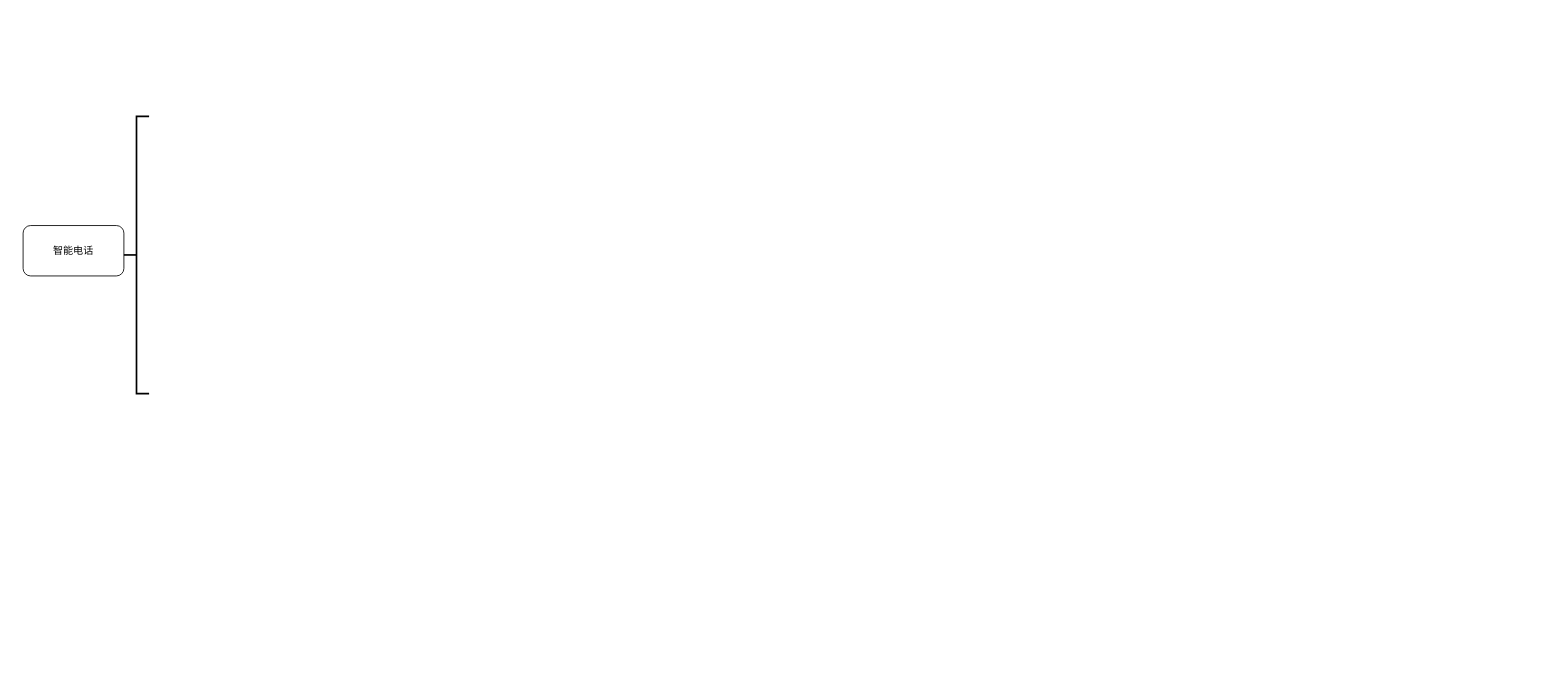
This is xzzh/电话通话流程.drawio from daniel-7d/draw, a draw.io file, before an edit. Source tidied: cells renumbered, new cells numbered last; positions are measured from the earlier drawing's top-left corner, leaving out a move shared by most shapes. Both pictures are drawn from the tidied source at 84%, with x=0, y=0 at pixel (23, 116).
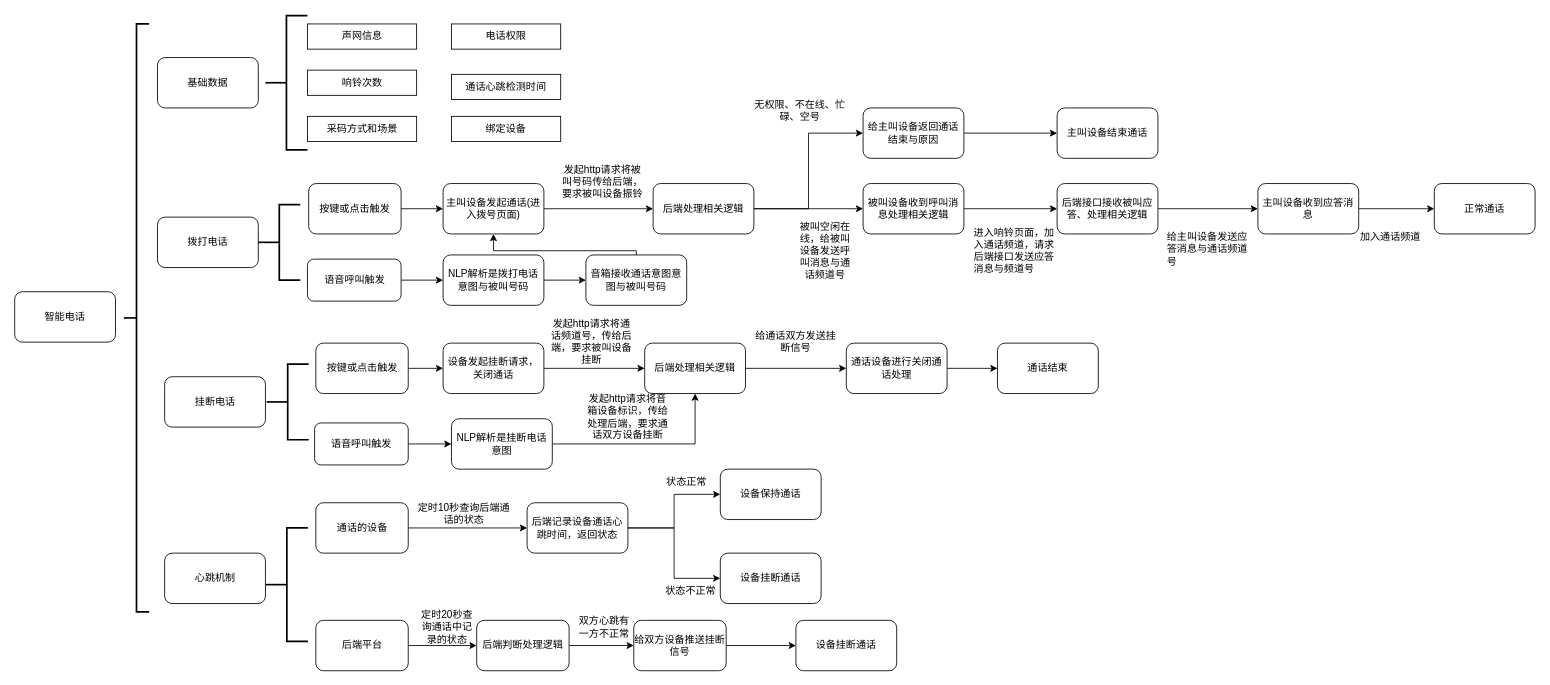
The same diagram, later.

Commit message:
更新电话通话流程.drawio

Change to the diagram source:
```diff
@@
     <mxCell id="2" value="智能电话" style="rounded=1;whiteSpace=wrap;html=1;" parent="1" vertex="1">
-      <mxGeometry y="130" width="120" height="60" as="geometry" />
+      <mxGeometry x="-10" y="208.8" width="120" height="60" as="geometry" />
     </mxCell>
     <mxCell id="3" style="strokeWidth=2;html=1;shape=mxgraph.flowchart.annotation_2;align=left;labelPosition=right;" parent="1" vertex="1">
-      <mxGeometry x="120" width="30" height="330" as="geometry" />
+      <mxGeometry x="120" y="-110" width="30" height="700" as="geometry" />
     </mxCell>
+    <mxCell id="4" value="基础数据" style="rounded=1;whiteSpace=wrap;html=1;" parent="1" vertex="1">
+      <mxGeometry x="160" y="-70" width="120" height="60" as="geometry" />
+    </mxCell>
+    <mxCell id="5" style="strokeWidth=2;html=1;shape=mxgraph.flowchart.annotation_2;align=left;labelPosition=right;" parent="1" vertex="1">
+      <mxGeometry x="288.5" y="-120" width="50" height="160" as="geometry" />
+    </mxCell>
+    <mxCell id="6" value="声网信息" style="rounded=0;whiteSpace=wrap;html=1;" parent="1" vertex="1">
+      <mxGeometry x="338.5" y="-110" width="130" height="30" as="geometry" />
+    </mxCell>
+    <mxCell id="7" value="电话权限" style="rounded=0;whiteSpace=wrap;html=1;" parent="1" vertex="1">
+      <mxGeometry x="510" y="-110" width="130" height="30" as="geometry" />
+    </mxCell>
+    <mxCell id="8" value="响铃次数" style="rounded=0;whiteSpace=wrap;html=1;" parent="1" vertex="1">
+      <mxGeometry x="338.5" y="-55" width="130" height="30" as="geometry" />
+    </mxCell>
+    <mxCell id="9" value="通话心跳检测时间" style="rounded=0;whiteSpace=wrap;html=1;" parent="1" vertex="1">
+      <mxGeometry x="510" y="-50" width="130" height="30" as="geometry" />
+    </mxCell>
+    <mxCell id="10" value="采码方式和场景" style="rounded=0;whiteSpace=wrap;html=1;" parent="1" vertex="1">
+      <mxGeometry x="338.5" width="130" height="30" as="geometry" />
+    </mxCell>
+    <mxCell id="11" value="绑定设备" style="rounded=0;whiteSpace=wrap;html=1;" parent="1" vertex="1">
+      <mxGeometry x="510" width="130" height="30" as="geometry" />
+    </mxCell>
+    <mxCell id="12" value="拨打电话" style="rounded=1;whiteSpace=wrap;html=1;" parent="1" vertex="1">
+      <mxGeometry x="160" y="120" width="120" height="60" as="geometry" />
+    </mxCell>
+    <mxCell id="13" style="strokeWidth=2;html=1;shape=mxgraph.flowchart.annotation_2;align=left;labelPosition=right;" parent="1" vertex="1">
+      <mxGeometry x="280" y="105" width="50" height="90" as="geometry" />
+    </mxCell>
+    <mxCell id="14" style="edgeStyle=orthogonalEdgeStyle;rounded=0;jettySize=auto;html=1;exitX=1;exitY=0.5;exitDx=0;exitDy=0;entryX=0;entryY=0.5;entryDx=0;entryDy=0;" parent="1" edge="1" source="15" target="19">
+      <mxGeometry relative="1" as="geometry" />
+    </mxCell>
+    <mxCell id="15" value="按键或点击触发" style="rounded=1;whiteSpace=wrap;html=1;" parent="1" vertex="1">
+      <mxGeometry x="340" y="80" width="110" height="60" as="geometry" />
+    </mxCell>
+    <mxCell id="16" style="edgeStyle=orthogonalEdgeStyle;rounded=0;jettySize=auto;html=1;exitX=1;exitY=0.5;exitDx=0;exitDy=0;" parent="1" edge="1" source="17">
+      <mxGeometry relative="1" as="geometry">
+        <mxPoint x="500" y="195" as="targetPoint" />
+      </mxGeometry>
+    </mxCell>
+    <mxCell id="17" value="语音呼叫触发" style="rounded=1;whiteSpace=wrap;html=1;" parent="1" vertex="1">
+      <mxGeometry x="338.5" y="170" width="111.5" height="50" as="geometry" />
+    </mxCell>
+    <mxCell id="18" style="edgeStyle=orthogonalEdgeStyle;rounded=0;jettySize=auto;html=1;exitX=1;exitY=0.5;exitDx=0;exitDy=0;entryX=0;entryY=0.5;entryDx=0;entryDy=0;" parent="1" edge="1" source="19" target="22">
+      <mxGeometry relative="1" as="geometry" />
+    </mxCell>
+    <mxCell id="19" value="主叫设备发起通话(进入拨号页面)" style="rounded=1;whiteSpace=wrap;html=1;" parent="1" vertex="1">
+      <mxGeometry x="500" y="80" width="120" height="60" as="geometry" />
+    </mxCell>
+    <mxCell id="20" style="edgeStyle=orthogonalEdgeStyle;rounded=0;jettySize=auto;html=1;exitX=1;exitY=0.5;exitDx=0;exitDy=0;" parent="1" edge="1" source="22" target="24">
+      <mxGeometry relative="1" as="geometry" />
+    </mxCell>
+    <mxCell id="21" style="edgeStyle=orthogonalEdgeStyle;rounded=0;jettySize=auto;html=1;exitX=1;exitY=0.5;exitDx=0;exitDy=0;entryX=0;entryY=0.5;entryDx=0;entryDy=0;" parent="1" edge="1" source="22" target="31">
+      <mxGeometry relative="1" as="geometry" />
+    </mxCell>
+    <mxCell id="22" value="后端处理相关逻辑" style="rounded=1;whiteSpace=wrap;html=1;" parent="1" vertex="1">
+      <mxGeometry x="750" y="80" width="120" height="60" as="geometry" />
+    </mxCell>
+    <mxCell id="23" style="edgeStyle=orthogonalEdgeStyle;rounded=0;jettySize=auto;html=1;exitX=1;exitY=0.5;exitDx=0;exitDy=0;entryX=0;entryY=0.5;entryDx=0;entryDy=0;" parent="1" edge="1" source="24" target="26">
+      <mxGeometry relative="1" as="geometry" />
+    </mxCell>
+    <mxCell id="24" value="被叫设备收到呼叫消息处理相关逻辑" style="rounded=1;whiteSpace=wrap;html=1;" parent="1" vertex="1">
+      <mxGeometry x="1000" y="80" width="120" height="60" as="geometry" />
+    </mxCell>
+    <mxCell id="25" style="edgeStyle=orthogonalEdgeStyle;rounded=0;jettySize=auto;html=1;exitX=1;exitY=0.5;exitDx=0;exitDy=0;entryX=0;entryY=0.5;entryDx=0;entryDy=0;" parent="1" edge="1" source="26" target="28">
+      <mxGeometry relative="1" as="geometry" />
+    </mxCell>
+    <mxCell id="26" value="后端接口接收被叫应答、处理相关逻辑" style="rounded=1;whiteSpace=wrap;html=1;" parent="1" vertex="1">
+      <mxGeometry x="1231" y="80" width="120" height="60" as="geometry" />
+    </mxCell>
+    <mxCell id="27" style="edgeStyle=orthogonalEdgeStyle;rounded=0;jettySize=auto;html=1;exitX=1;exitY=0.5;exitDx=0;exitDy=0;entryX=0;entryY=0.5;entryDx=0;entryDy=0;" parent="1" edge="1" source="28" target="37">
+      <mxGeometry relative="1" as="geometry" />
+    </mxCell>
+    <mxCell id="28" value="主叫设备收到应答消息" style="rounded=1;whiteSpace=wrap;html=1;" parent="1" vertex="1">
+      <mxGeometry x="1470" y="80" width="120" height="60" as="geometry" />
+    </mxCell>
+    <mxCell id="29" value="发起http请求将被叫号码传给后端，要求被叫设备振铃" style="text;html=1;strokeColor=none;fillColor=none;align=center;verticalAlign=middle;whiteSpace=wrap;rounded=0;" parent="1" vertex="1">
+      <mxGeometry x="640" y="50" width="100" height="55" as="geometry" />
+    </mxCell>
+    <mxCell id="30" style="edgeStyle=orthogonalEdgeStyle;rounded=0;jettySize=auto;html=1;exitX=1;exitY=0.5;exitDx=0;exitDy=0;entryX=0;entryY=0.5;entryDx=0;entryDy=0;" parent="1" edge="1" source="31" target="34">
+      <mxGeometry relative="1" as="geometry" />
+    </mxCell>
+    <mxCell id="31" value="给主叫设备返回通话结束与原因" style="rounded=1;whiteSpace=wrap;html=1;" parent="1" vertex="1">
+      <mxGeometry x="1000" y="-10" width="120" height="60" as="geometry" />
+    </mxCell>
+    <mxCell id="32" value="无权限、不在线、忙碌、空号" style="text;html=1;strokeColor=none;fillColor=none;align=center;verticalAlign=middle;whiteSpace=wrap;rounded=0;" parent="1" vertex="1">
+      <mxGeometry x="860" y="-30" width="130" height="45" as="geometry" />
+    </mxCell>
+    <mxCell id="33" value="被叫空闲在线，给被叫设备发送呼叫消息与通话频道号" style="text;html=1;strokeColor=none;fillColor=none;align=center;verticalAlign=middle;whiteSpace=wrap;rounded=0;" parent="1" vertex="1">
+      <mxGeometry x="920" y="111.2" width="70" height="97.5" as="geometry" />
+    </mxCell>
+    <mxCell id="34" value="主叫设备结束通话" style="rounded=1;whiteSpace=wrap;html=1;" parent="1" vertex="1">
+      <mxGeometry x="1231" y="-10" width="120" height="60" as="geometry" />
+    </mxCell>
+    <mxCell id="35" value="进入响铃页面，加入通话频道，请求后端接口发送应答消息与频道号" style="text;whiteSpace=wrap;" parent="1" vertex="1">
+      <mxGeometry x="1130" y="125" width="100" height="70" as="geometry" />
+    </mxCell>
+    <mxCell id="36" value="给主叫设备发送应答消息与通话频道号" style="text;whiteSpace=wrap;" parent="1" vertex="1">
+      <mxGeometry x="1360" y="130" width="100" height="70" as="geometry" />
+    </mxCell>
+    <mxCell id="37" value="正常通话" style="rounded=1;whiteSpace=wrap;html=1;" parent="1" vertex="1">
+      <mxGeometry x="1680" y="80" width="120" height="60" as="geometry" />
+    </mxCell>
+    <mxCell id="38" value="加入通话频道" style="text;whiteSpace=wrap;" parent="1" vertex="1">
+      <mxGeometry x="1590" y="130" width="100" height="30" as="geometry" />
+    </mxCell>
+    <mxCell id="39" style="edgeStyle=orthogonalEdgeStyle;rounded=0;jettySize=auto;html=1;exitX=1;exitY=0.5;exitDx=0;exitDy=0;entryX=0;entryY=0.5;entryDx=0;entryDy=0;" parent="1" edge="1" source="40" target="42">
+      <mxGeometry relative="1" as="geometry" />
+    </mxCell>
+    <mxCell id="40" value="NLP解析是拨打电话意图与被叫号码" style="rounded=1;whiteSpace=wrap;html=1;" parent="1" vertex="1">
+      <mxGeometry x="500" y="165" width="120" height="60" as="geometry" />
+    </mxCell>
+    <mxCell id="41" style="edgeStyle=orthogonalEdgeStyle;rounded=0;jettySize=auto;html=1;exitX=0.5;exitY=0;exitDx=0;exitDy=0;" parent="1" edge="1" source="42" target="19">
+      <mxGeometry relative="1" as="geometry">
+        <Array as="points">
+          <mxPoint x="730" y="160" />
+          <mxPoint x="560" y="160" />
+        </Array>
+      </mxGeometry>
+    </mxCell>
+    <mxCell id="42" value="音箱接收通话意图意图与被叫号码" style="rounded=1;whiteSpace=wrap;html=1;" parent="1" vertex="1">
+      <mxGeometry x="670" y="165" width="120" height="60" as="geometry" />
+    </mxCell>
+    <mxCell id="43" value="挂断电话" style="rounded=1;whiteSpace=wrap;html=1;" parent="1" vertex="1">
+      <mxGeometry x="168.5" y="310" width="120" height="60" as="geometry" />
+    </mxCell>
+    <mxCell id="44" style="strokeWidth=2;html=1;shape=mxgraph.flowchart.annotation_2;align=left;labelPosition=right;" parent="1" vertex="1">
+      <mxGeometry x="290" y="295" width="50" height="90" as="geometry" />
+    </mxCell>
+    <mxCell id="45" style="edgeStyle=orthogonalEdgeStyle;rounded=0;jettySize=auto;html=1;exitX=1;exitY=0.5;exitDx=0;exitDy=0;" parent="1" edge="1" source="46" target="48">
+      <mxGeometry relative="1" as="geometry" />
+    </mxCell>
+    <mxCell id="46" value="按键或点击触发" style="rounded=1;whiteSpace=wrap;html=1;" parent="1" vertex="1">
+      <mxGeometry x="348.5" y="270" width="110" height="60" as="geometry" />
+    </mxCell>
+    <mxCell id="47" style="edgeStyle=orthogonalEdgeStyle;rounded=0;jettySize=auto;html=1;exitX=1;exitY=0.5;exitDx=0;exitDy=0;entryX=0;entryY=0.5;entryDx=0;entryDy=0;" parent="1" edge="1" source="48" target="50">
+      <mxGeometry relative="1" as="geometry" />
+    </mxCell>
+    <mxCell id="48" value="设备发起挂断请求，关闭通话" style="rounded=1;whiteSpace=wrap;html=1;" parent="1" vertex="1">
+      <mxGeometry x="500" y="270" width="120" height="60" as="geometry" />
+    </mxCell>
+    <mxCell id="49" style="edgeStyle=orthogonalEdgeStyle;rounded=0;jettySize=auto;html=1;exitX=1;exitY=0.5;exitDx=0;exitDy=0;entryX=0;entryY=0.5;entryDx=0;entryDy=0;" parent="1" edge="1" source="50" target="53">
+      <mxGeometry relative="1" as="geometry" />
+    </mxCell>
+    <mxCell id="50" value="后端处理相关逻辑" style="rounded=1;whiteSpace=wrap;html=1;" parent="1" vertex="1">
+      <mxGeometry x="740" y="270" width="120" height="60" as="geometry" />
+    </mxCell>
+    <mxCell id="51" value="发起http请求将通话频道号，传给后端，要求被叫设备挂断" style="text;html=1;strokeColor=none;fillColor=none;align=center;verticalAlign=middle;whiteSpace=wrap;rounded=0;" parent="1" vertex="1">
+      <mxGeometry x="627" y="240" width="100" height="55" as="geometry" />
+    </mxCell>
+    <mxCell id="52" style="edgeStyle=orthogonalEdgeStyle;rounded=0;jettySize=auto;html=1;exitX=1;exitY=0.5;exitDx=0;exitDy=0;entryX=0;entryY=0.5;entryDx=0;entryDy=0;" parent="1" edge="1" source="53" target="55">
+      <mxGeometry relative="1" as="geometry" />
+    </mxCell>
+    <mxCell id="53" value="通话设备进行关闭通话处理" style="rounded=1;whiteSpace=wrap;html=1;" parent="1" vertex="1">
+      <mxGeometry x="980" y="270" width="120" height="60" as="geometry" />
+    </mxCell>
+    <mxCell id="54" value="给通话双方发送挂断信号" style="text;html=1;strokeColor=none;fillColor=none;align=center;verticalAlign=middle;whiteSpace=wrap;rounded=0;" parent="1" vertex="1">
+      <mxGeometry x="870" y="240" width="100" height="55" as="geometry" />
+    </mxCell>
+    <mxCell id="55" value="通话结束" style="rounded=1;whiteSpace=wrap;html=1;" parent="1" vertex="1">
+      <mxGeometry x="1160" y="270" width="120" height="60" as="geometry" />
+    </mxCell>
+    <mxCell id="56" style="edgeStyle=orthogonalEdgeStyle;rounded=0;jettySize=auto;html=1;exitX=1;exitY=0.5;exitDx=0;exitDy=0;entryX=0.5;entryY=1;entryDx=0;entryDy=0;" parent="1" edge="1" source="57" target="50">
+      <mxGeometry relative="1" as="geometry" />
+    </mxCell>
+    <mxCell id="57" value="NLP解析是挂断电话意图" style="rounded=1;whiteSpace=wrap;html=1;" parent="1" vertex="1">
+      <mxGeometry x="510" y="360" width="120" height="60" as="geometry" />
+    </mxCell>
+    <mxCell id="58" style="edgeStyle=orthogonalEdgeStyle;rounded=0;jettySize=auto;html=1;exitX=1;exitY=0.5;exitDx=0;exitDy=0;entryX=0;entryY=0.5;entryDx=0;entryDy=0;" parent="1" edge="1" source="59" target="57">
+      <mxGeometry relative="1" as="geometry" />
+    </mxCell>
+    <mxCell id="59" value="语音呼叫触发" style="rounded=1;whiteSpace=wrap;html=1;" parent="1" vertex="1">
+      <mxGeometry x="347" y="365" width="111.5" height="50" as="geometry" />
+    </mxCell>
+    <mxCell id="60" value="发起http请求将音箱设备标识，传给处理后端，要求通话双方设备挂断" style="text;html=1;strokeColor=none;fillColor=none;align=center;verticalAlign=middle;whiteSpace=wrap;rounded=0;" parent="1" vertex="1">
+      <mxGeometry x="670" y="330" width="100" height="55" as="geometry" />
+    </mxCell>
+    <mxCell id="61" value="心跳机制" style="rounded=1;whiteSpace=wrap;html=1;" parent="1" vertex="1">
+      <mxGeometry x="168.5" y="520" width="120" height="60" as="geometry" />
+    </mxCell>
+    <mxCell id="62" style="strokeWidth=2;html=1;shape=mxgraph.flowchart.annotation_2;align=left;labelPosition=right;" parent="1" vertex="1">
+      <mxGeometry x="289" y="490" width="50" height="135" as="geometry" />
+    </mxCell>
+    <mxCell id="63" style="edgeStyle=orthogonalEdgeStyle;rounded=0;jettySize=auto;html=1;exitX=1;exitY=0.5;exitDx=0;exitDy=0;entryX=0;entryY=0.5;entryDx=0;entryDy=0;" parent="1" edge="1" source="64" target="69">
+      <mxGeometry relative="1" as="geometry" />
+    </mxCell>
+    <mxCell id="64" value="通话的设备" style="rounded=1;whiteSpace=wrap;html=1;" parent="1" vertex="1">
+      <mxGeometry x="348.5" y="460" width="110" height="60" as="geometry" />
+    </mxCell>
+    <mxCell id="65" style="edgeStyle=orthogonalEdgeStyle;rounded=0;jettySize=auto;html=1;exitX=1;exitY=0.5;exitDx=0;exitDy=0;entryX=0;entryY=0.5;entryDx=0;entryDy=0;" parent="1" edge="1" source="66" target="76">
+      <mxGeometry relative="1" as="geometry" />
+    </mxCell>
+    <mxCell id="66" value="后端平台" style="rounded=1;whiteSpace=wrap;html=1;" parent="1" vertex="1">
+      <mxGeometry x="348.5" y="600" width="110" height="60" as="geometry" />
+    </mxCell>
+    <mxCell id="67" style="edgeStyle=orthogonalEdgeStyle;rounded=0;jettySize=auto;html=1;exitX=1;exitY=0.5;exitDx=0;exitDy=0;entryX=0;entryY=0.5;entryDx=0;entryDy=0;" parent="1" edge="1" source="69" target="71">
+      <mxGeometry relative="1" as="geometry" />
+    </mxCell>
+    <mxCell id="68" style="edgeStyle=orthogonalEdgeStyle;rounded=0;jettySize=auto;html=1;exitX=1;exitY=0.5;exitDx=0;exitDy=0;entryX=0;entryY=0.5;entryDx=0;entryDy=0;" parent="1" edge="1" source="69" target="73">
+      <mxGeometry relative="1" as="geometry" />
+    </mxCell>
+    <mxCell id="69" value="后端记录设备通话心跳时间，返回状态" style="rounded=1;whiteSpace=wrap;html=1;" parent="1" vertex="1">
+      <mxGeometry x="600" y="460" width="120" height="60" as="geometry" />
+    </mxCell>
+    <mxCell id="70" value="定时10秒查询后端通话的状态" style="text;html=1;strokeColor=none;fillColor=none;align=center;verticalAlign=middle;whiteSpace=wrap;rounded=0;" parent="1" vertex="1">
+      <mxGeometry x="468.5" y="445" width="111.5" height="55" as="geometry" />
+    </mxCell>
+    <mxCell id="71" value="设备保持通话" style="rounded=1;whiteSpace=wrap;html=1;" parent="1" vertex="1">
+      <mxGeometry x="830" y="420" width="120" height="60" as="geometry" />
+    </mxCell>
+    <mxCell id="72" value="状态正常" style="text;html=1;strokeColor=none;fillColor=none;align=center;verticalAlign=middle;whiteSpace=wrap;rounded=0;" parent="1" vertex="1">
+      <mxGeometry x="760" y="420" width="60" height="30" as="geometry" />
+    </mxCell>
+    <mxCell id="73" value="设备挂断通话" style="rounded=1;whiteSpace=wrap;html=1;" parent="1" vertex="1">
+      <mxGeometry x="830" y="520" width="120" height="60" as="geometry" />
+    </mxCell>
+    <mxCell id="74" value="状态不正常" style="text;html=1;strokeColor=none;fillColor=none;align=center;verticalAlign=middle;whiteSpace=wrap;rounded=0;" parent="1" vertex="1">
+      <mxGeometry x="760" y="550" width="70" height="30" as="geometry" />
+    </mxCell>
+    <mxCell id="75" style="edgeStyle=orthogonalEdgeStyle;rounded=0;jettySize=auto;html=1;exitX=1;exitY=0.5;exitDx=0;exitDy=0;" parent="1" edge="1" source="76" target="79">
+      <mxGeometry relative="1" as="geometry" />
+    </mxCell>
+    <mxCell id="76" value="后端判断处理逻辑" style="rounded=1;whiteSpace=wrap;html=1;" parent="1" vertex="1">
+      <mxGeometry x="540" y="600" width="110" height="60" as="geometry" />
+    </mxCell>
+    <mxCell id="77" value="定时20秒查询通话中记录的状态" style="text;html=1;strokeColor=none;fillColor=none;align=center;verticalAlign=middle;whiteSpace=wrap;rounded=0;" parent="1" vertex="1">
+      <mxGeometry x="468.5" y="580" width="71.5" height="55" as="geometry" />
+    </mxCell>
+    <mxCell id="78" style="edgeStyle=orthogonalEdgeStyle;rounded=0;jettySize=auto;html=1;exitX=1;exitY=0.5;exitDx=0;exitDy=0;entryX=0;entryY=0.5;entryDx=0;entryDy=0;" parent="1" edge="1" source="79" target="80">
+      <mxGeometry relative="1" as="geometry" />
+    </mxCell>
+    <mxCell id="79" value="给双方设备推送挂断信号" style="rounded=1;whiteSpace=wrap;html=1;" parent="1" vertex="1">
+      <mxGeometry x="727" y="600" width="110" height="60" as="geometry" />
+    </mxCell>
+    <mxCell id="80" value="设备挂断通话" style="rounded=1;whiteSpace=wrap;html=1;" parent="1" vertex="1">
+      <mxGeometry x="920" y="600" width="120" height="60" as="geometry" />
+    </mxCell>
+    <mxCell id="81" value="双方心跳有一方不正常" style="text;html=1;strokeColor=none;fillColor=none;align=center;verticalAlign=middle;whiteSpace=wrap;rounded=0;" parent="1" vertex="1">
+      <mxGeometry x="656" y="580" width="71.5" height="55" as="geometry" />
+    </mxCell>
```
